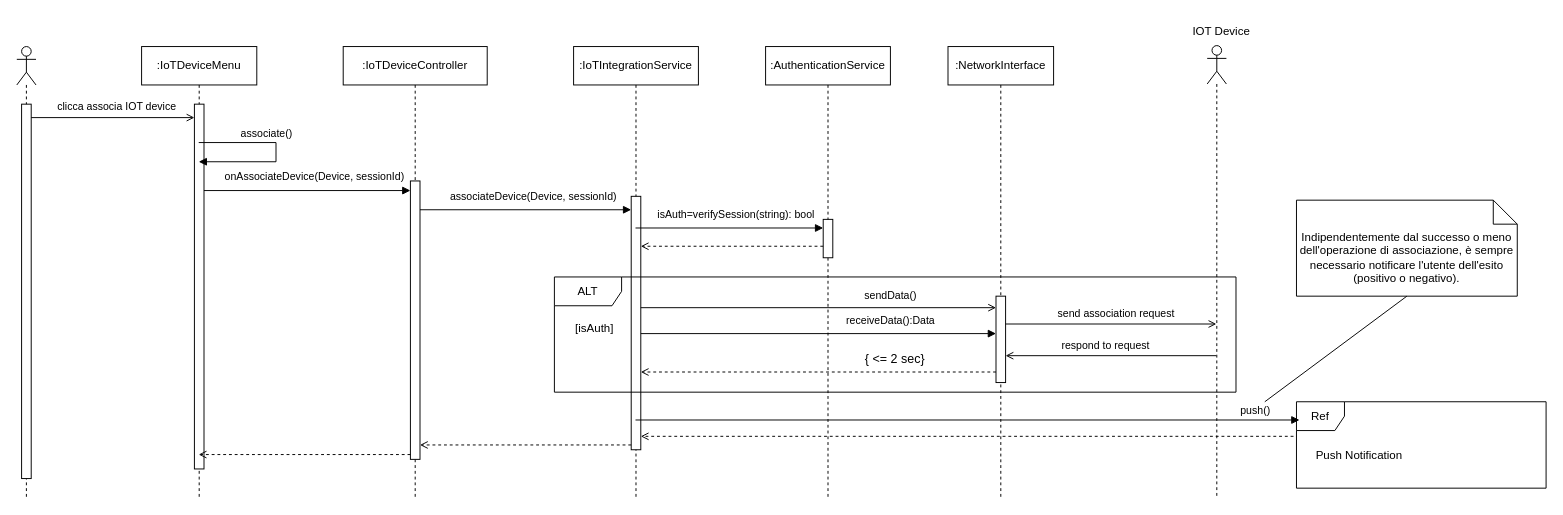
Before: content/seq/seqAssociateIOTDev.drawio in uni-aca100/ing-proj, a draw.io diagram. Source tidied: cells renumbered, new cells numbered last; positions are measured from the earlier drawing's top-left corner, leaving out a move shared by most shapes. Both pictures are drawn from the tidied source at 96%, with x=0, y=0 at pixel (16, 16).
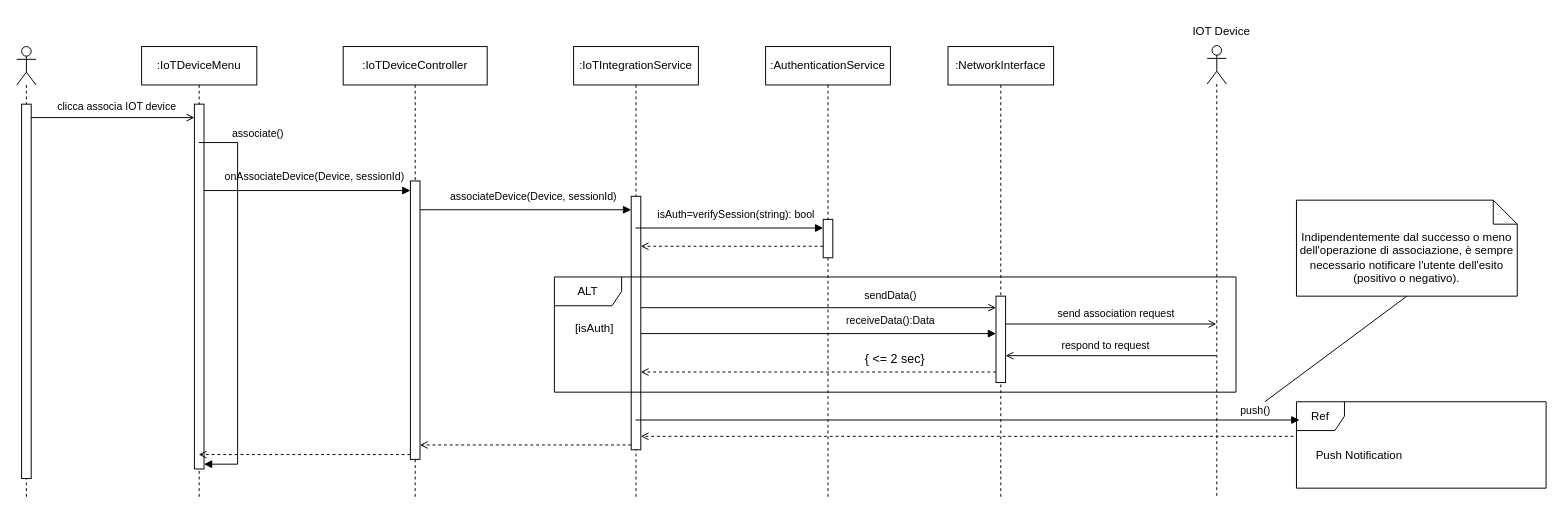
After the change.

Unchanged cells that the change refers to:
```xml
<mxCell id="7" style="html=1;points=[[0,0,0,0,5],[0,1,0,0,-5],[1,0,0,0,5],[1,1,0,0,-5]];perimeter=orthogonalPerimeter;outlineConnect=0;targetShapes=umlLifeline;portConstraint=eastwest;newEdgeStyle={&quot;curved&quot;:0,&quot;rounded&quot;:0};" parent="6" vertex="1">
  <mxGeometry x="55" y="60" width="10" height="380" as="geometry" />
</mxCell>
```

What changed in the source:
```diff
@@
-    <mxCell id="14" style="html=1;verticalAlign=bottom;labelBackgroundColor=none;endArrow=block;endFill=1;rounded=0;" parent="1" edge="1">
+    <mxCell id="14" style="html=1;verticalAlign=bottom;labelBackgroundColor=none;endArrow=block;endFill=1;rounded=0;entryX=1;entryY=1;entryDx=0;entryDy=-5;entryPerimeter=0;" parent="1" edge="1" target="7">
       <mxGeometry relative="1" as="geometry">
         <mxPoint x="189.5" y="131" as="sourcePoint" />
-        <mxPoint x="189.5" y="151" as="targetPoint" />
         <Array as="points">
-          <mxPoint x="270" y="131" />
-          <mxPoint x="270" y="151" />
+          <mxPoint x="230" y="131" />
+          <mxPoint x="230" y="466" />
         </Array>
       </mxGeometry>
     </mxCell>
     <mxCell id="15" value="associate()" style="edgeLabel;html=1;align=center;verticalAlign=middle;" parent="14" vertex="1">
       <mxGeometry x="-0.52" y="1" relative="1" as="geometry">
-        <mxPoint x="27" y="-9" as="offset" />
+        <mxPoint x="19" y="-68" as="offset" />
       </mxGeometry>
     </mxCell>
```
